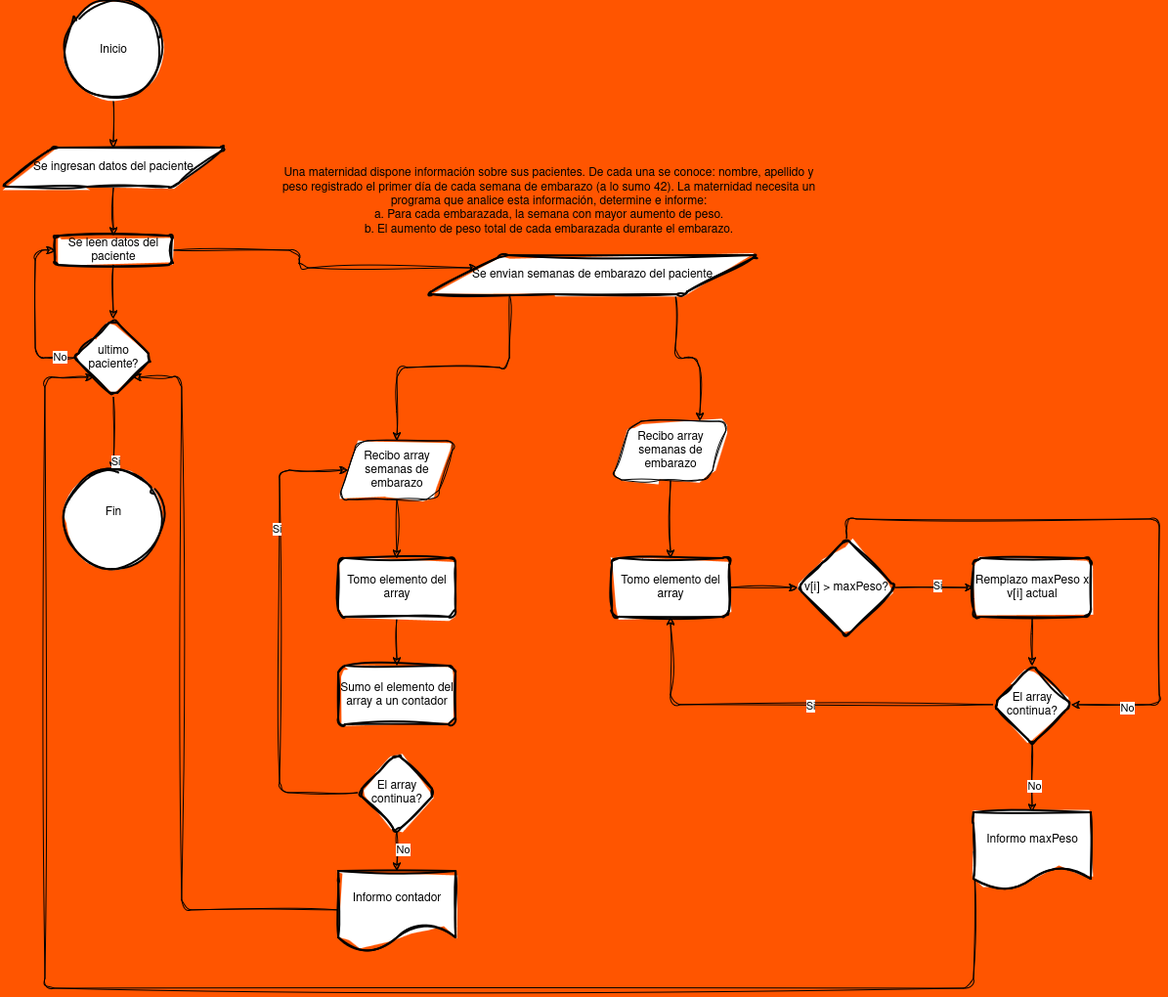
This is primero/CADP/Ejercicio4/diagrama.png from FrancoBanis/facultadInformatica-unlp, a draw.io export, as it was before one commit. Source tidied: cells renumbered, new cells last; positions are measured from the earlier drawing's top-left corner, leaving out a move shared by most shapes.
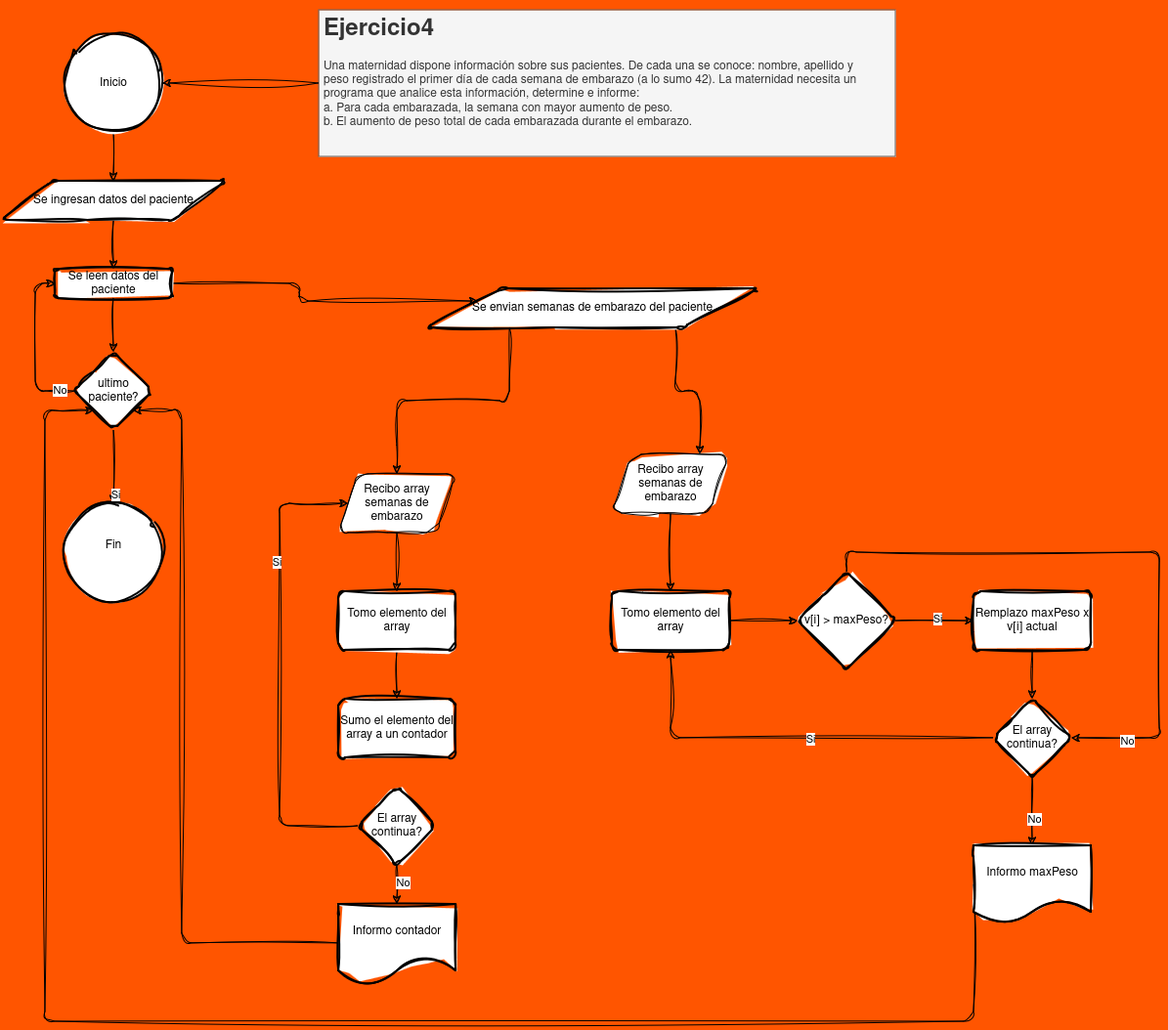
After the commit.

Change to the diagram source:
```diff
@@ -11,9 +11,6 @@
     <mxCell id="4" value="Inicio" style="strokeWidth=2;html=1;shape=mxgraph.flowchart.start_2;whiteSpace=wrap;sketch=1;curveFitting=1;jiggle=2;rounded=1;" parent="1" vertex="1">
       <mxGeometry x="65" width="100" height="100" as="geometry" />
     </mxCell>
-    <mxCell id="5" value="Una maternidad dispone información sobre sus pacientes. De cada una se conoce: nombre, apellido y&lt;br&gt;peso registrado el primer día de cada semana de embarazo (a lo sumo 42). La maternidad necesita un&lt;br&gt;programa que analice esta información, determine e informe:&lt;br&gt;a. Para cada embarazada, la semana con mayor aumento de peso.&lt;br&gt;b. El aumento de peso total de cada embarazada durante el embarazo." style="text;html=1;align=center;verticalAlign=middle;strokeColor=none;fillColor=none;sketch=1;curveFitting=1;jiggle=2;rounded=1;" parent="1" vertex="1">
-      <mxGeometry x="275" y="160" width="570" height="90" as="geometry" />
-    </mxCell>
     <mxCell id="6" style="edgeStyle=orthogonalEdgeStyle;rounded=1;jettySize=auto;html=1;sketch=1;curveFitting=1;jiggle=2;" parent="1" edge="1" source="7" target="10">
       <mxGeometry relative="1" as="geometry" />
     </mxCell>
@@ -165,5 +162,11 @@
     <mxCell id="48" value="Informo contador" style="shape=document;whiteSpace=wrap;html=1;boundedLbl=1;strokeWidth=2;rounded=1;arcSize=12;sketch=1;curveFitting=1;jiggle=2;" parent="1" vertex="1">
       <mxGeometry x="345" y="890" width="120" height="80" as="geometry" />
     </mxCell>
+    <mxCell id="49" value="&lt;h1&gt;Ejercicio4&lt;/h1&gt;&lt;p&gt;Una maternidad dispone información sobre sus pacientes. De cada una se conoce: nombre, apellido y&lt;br&gt;peso registrado el primer día de cada semana de embarazo (a lo sumo 42). La maternidad necesita un&lt;br&gt;programa que analice esta información, determine e informe:&lt;br&gt;a. Para cada embarazada, la semana con mayor aumento de peso.&lt;br&gt;b. El aumento de peso total de cada embarazada durante el embarazo.&lt;/p&gt;" style="text;html=1;spacing=5;spacingTop=-20;whiteSpace=wrap;overflow=hidden;rounded=0;fillColor=#f5f5f5;fontColor=#333333;strokeColor=#666666;" parent="1" vertex="1">
+      <mxGeometry x="325" y="-25" width="590" height="150" as="geometry" />
+    </mxCell>
+    <mxCell id="50" style="edgeStyle=orthogonalEdgeStyle;rounded=1;sketch=1;hachureGap=4;jiggle=2;curveFitting=1;jettySize=auto;html=1;exitX=0;exitY=0.5;exitDx=0;exitDy=0;entryX=1;entryY=0.5;entryDx=0;entryDy=0;entryPerimeter=0;" parent="1" edge="1" source="49" target="4">
+      <mxGeometry relative="1" as="geometry" />
+    </mxCell>
   </root>
 </mxGraphModel>
```
